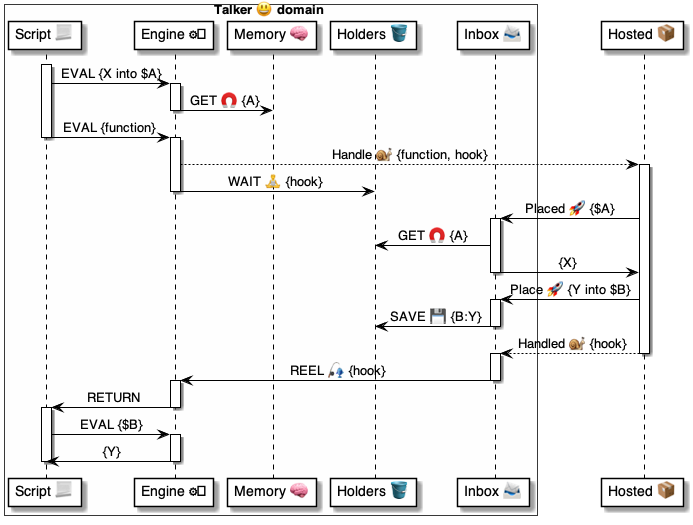
The PlantUML diagram 4 ⚙️ Solution/35 💬 Chats/Talkers 😃/😃⏩ Talker flows/Manage Holders 📦⏩😃/😃 Holders ⚙️ uml.png in pollyweb-org/pollyweb-docs, before a commit. Its source is kept beside it as 4 ⚙️ Solution/35 💬 Chats/Talkers 😃/😃⏩ Talker flows/Manage Holders 📦⏩😃/😃 Holders ⚙️ uml.puml.
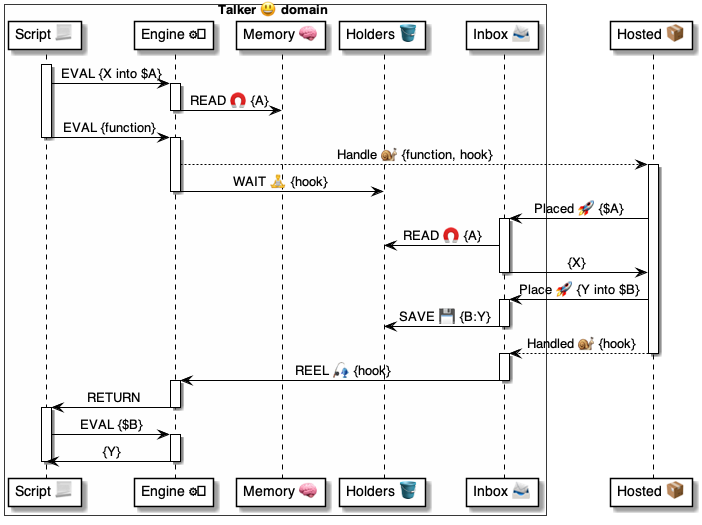
Later version of the same file.

What changed in the source:
```diff
@@ -13,7 +13,7 @@
 activate script
     script -> engine: EVAL {X into $A}
     activate engine
-        engine -> memory: GET 🧲 {A}
+        engine -> memory: READ 🧲 {A}
     deactivate engine
 
     script -> engine: EVAL {function}
@@ -29,7 +29,7 @@
     hosted -> inbox: Placed 🚀 {$A}
 
     activate inbox
-        inbox -> holders: GET 🧲 {A}
+        inbox -> holders: READ 🧲 {A}
         inbox -> hosted: {X}
     deactivate inbox
 
```
